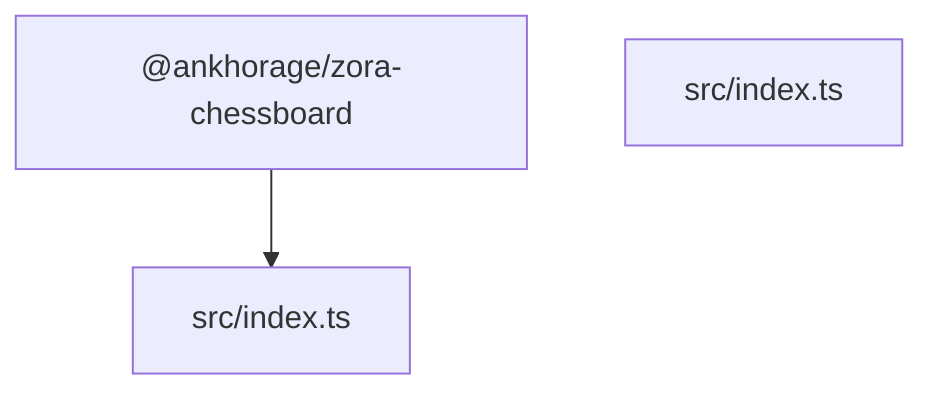
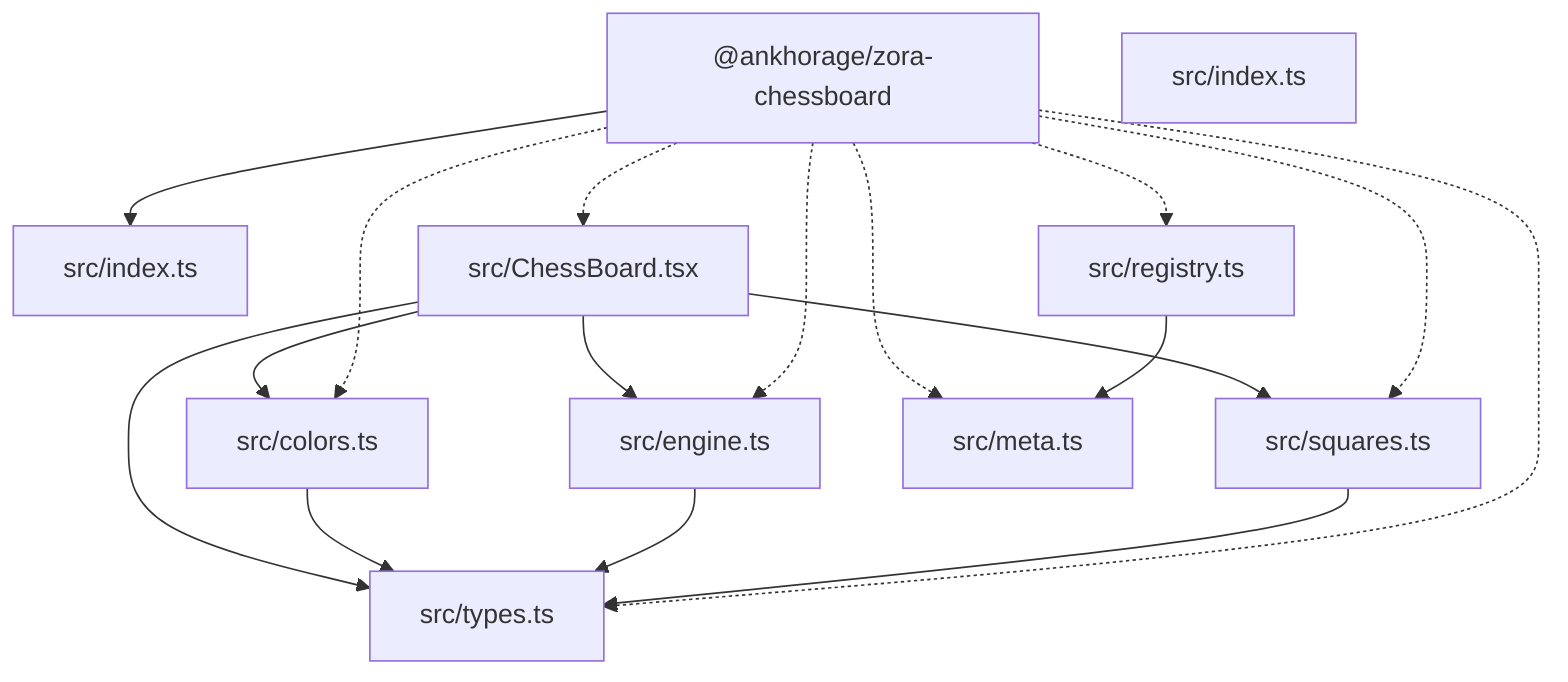
graph TD
-   package__ankhorage_zora_chessboard["@ankhorage/zora-chessboard"]
+   package__ankhorage_zora_chess["@ankhorage/zora-chessboard"]
  entrypoint_src_index_ts["src/index.ts"]
-   package__ankhorage_zora_chessboard --> entrypoint_src_index_ts
+   package__ankhorage_zora_chess --> entrypoint_src_index_ts
+   module_src_ChessBoard_tsx["src/ChessBoard.tsx"]
+   package__ankhorage_zora_chess -.-> module_src_ChessBoard_tsx
+   module_src_ChessBoard_tsx --> module_src_colors_ts
+   module_src_ChessBoard_tsx --> module_src_engine_ts
+   module_src_ChessBoard_tsx --> module_src_squares_ts
+   module_src_ChessBoard_tsx --> module_src_types_ts
+   module_src_colors_ts["src/colors.ts"]
+   package__ankhorage_zora_chess -.-> module_src_colors_ts
+   module_src_colors_ts --> module_src_types_ts
+   module_src_engine_ts["src/engine.ts"]
+   package__ankhorage_zora_chess -.-> module_src_engine_ts
+   module_src_engine_ts --> module_src_types_ts
  module_src_index_ts["src/index.ts"]
+   module_src_meta_ts["src/meta.ts"]
+   package__ankhorage_zora_chess -.-> module_src_meta_ts
+   module_src_registry_ts["src/registry.ts"]
+   package__ankhorage_zora_chess -.-> module_src_registry_ts
+   module_src_registry_ts --> module_src_meta_ts
+   module_src_squares_ts["src/squares.ts"]
+   package__ankhorage_zora_chess -.-> module_src_squares_ts
+   module_src_squares_ts --> module_src_types_ts
+   module_src_types_ts["src/types.ts"]
+   package__ankhorage_zora_chess -.-> module_src_types_ts
